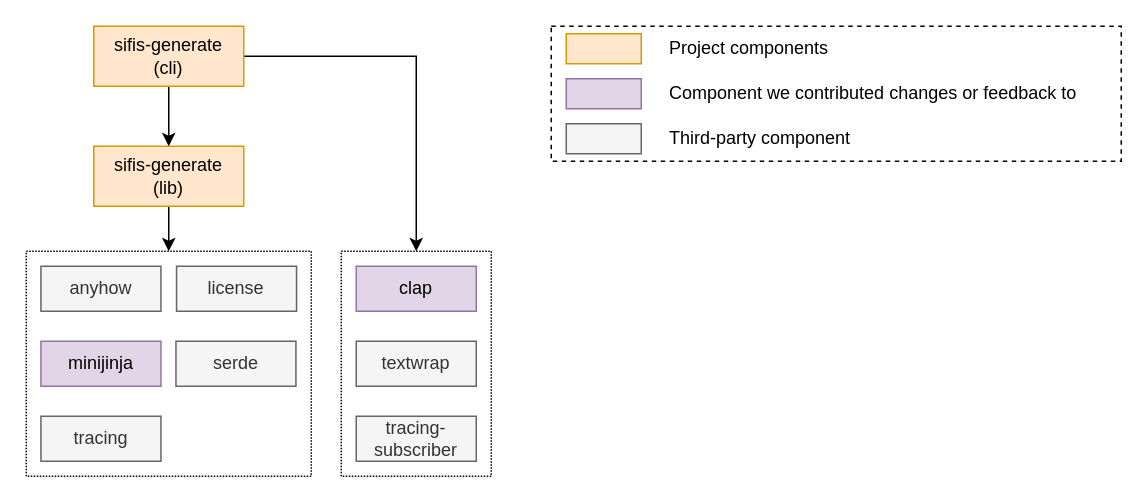
Above: wp2-deliverable-2.3/resources/sifis-generate-dependencies.drawio in sifis-home/wp2-documents (draw.io), before the change. Source tidied: cells renumbered, new cells numbered last; positions are measured from the earlier drawing's top-left corner, leaving out a move shared by most shapes. Both pictures are drawn from the tidied source at 150%, with x=0, y=0 at pixel (26, 26).
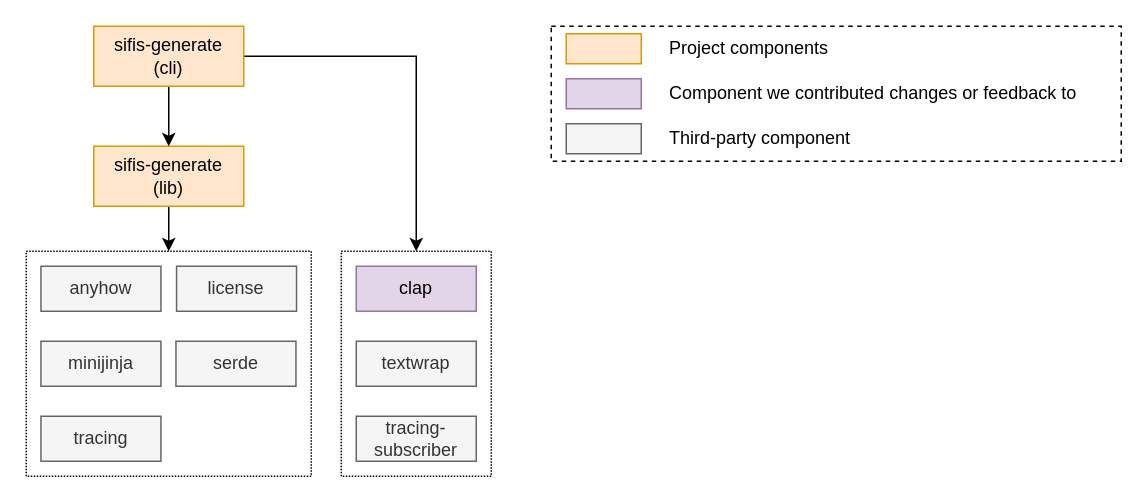
The same diagram, later.

Commit message:
Fix sifis-generate graph

The edit, as a diff of the source:
```diff
@@
-    <mxCell id="5" value="minijinja" style="rounded=0;whiteSpace=wrap;html=1;fillColor=#e1d5e7;strokeColor=#9673a6;" parent="1" vertex="1">
+    <mxCell id="5" value="minijinja" style="rounded=0;whiteSpace=wrap;html=1;fillColor=#f5f5f5;strokeColor=#666666;fontColor=#333333;" parent="1" vertex="1">
       <mxGeometry x="9.8" y="210" width="80" height="30" as="geometry" />
     </mxCell>
```
